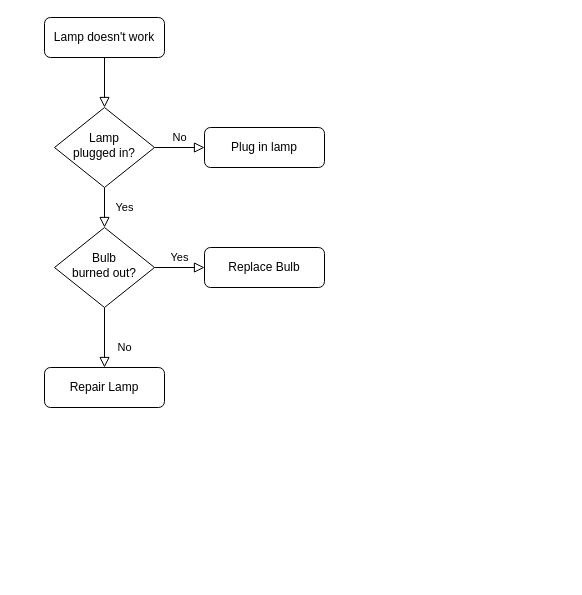
Before: 未命名绘图.drawio in healer001807/Test, a draw.io diagram. Source tidied: cells renumbered, new cells numbered last; positions are measured from the earlier drawing's top-left corner, leaving out a move shared by most shapes. Both pictures are drawn from the tidied source at 100%, with x=0, y=0 at pixel (44, 17).
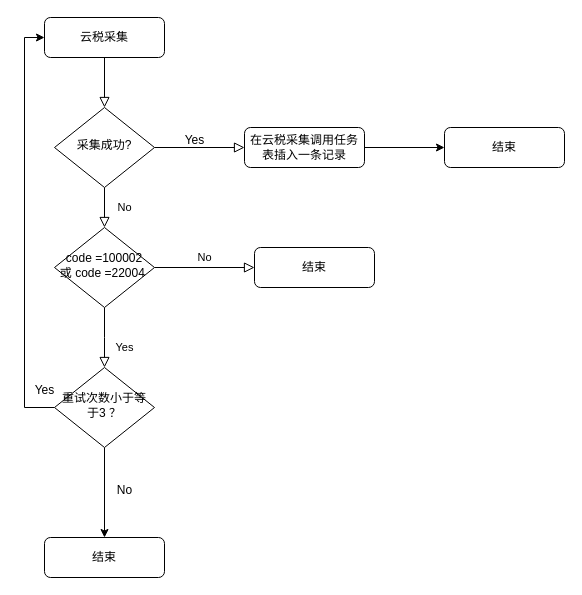
Above is the later version.

What changed in the source:
```diff
@@
-    <mxCell id="3" value="Lamp doesn't work" style="rounded=1;whiteSpace=wrap;html=1;fontSize=12;glass=0;strokeWidth=1;shadow=0;" parent="1" vertex="1">
+    <mxCell id="3" value="云税采集" style="rounded=1;whiteSpace=wrap;html=1;fontSize=12;glass=0;strokeWidth=1;shadow=0;" parent="1" vertex="1">
       <mxGeometry width="120" height="40" as="geometry" />
     </mxCell>
-    <mxCell id="4" value="Yes" style="rounded=0;html=1;jettySize=auto;fontSize=11;endArrow=block;endFill=0;endSize=8;strokeWidth=1;shadow=0;labelBackgroundColor=none;edgeStyle=orthogonalEdgeStyle;" parent="1" edge="1" source="6" target="10">
+    <mxCell id="4" value="No" style="rounded=0;html=1;jettySize=auto;fontSize=11;endArrow=block;endFill=0;endSize=8;strokeWidth=1;shadow=0;labelBackgroundColor=none;edgeStyle=orthogonalEdgeStyle;" parent="1" edge="1" source="6" target="10">
       <mxGeometry y="20" relative="1" as="geometry" />
     </mxCell>
-    <mxCell id="5" value="No" style="edgeStyle=orthogonalEdgeStyle;rounded=0;html=1;jettySize=auto;fontSize=11;endArrow=block;endFill=0;endSize=8;strokeWidth=1;shadow=0;labelBackgroundColor=none;" parent="1" edge="1" source="6" target="7">
+    <mxCell id="5" style="edgeStyle=orthogonalEdgeStyle;rounded=0;html=1;jettySize=auto;fontSize=11;endArrow=block;endFill=0;endSize=8;strokeWidth=1;shadow=0;labelBackgroundColor=none;" parent="1" edge="1" source="6" target="7">
       <mxGeometry y="10" relative="1" as="geometry" />
     </mxCell>
-    <mxCell id="6" value="Lamp&lt;br&gt;plugged in?" style="rhombus;whiteSpace=wrap;html=1;shadow=0;fontFamily=Helvetica;fontSize=12;align=center;strokeWidth=1;spacing=6;spacingTop=-4;" parent="1" vertex="1">
+    <mxCell id="6" value="采集成功?" style="rhombus;whiteSpace=wrap;html=1;shadow=0;fontFamily=Helvetica;fontSize=12;align=center;strokeWidth=1;spacing=6;spacingTop=-4;" parent="1" vertex="1">
       <mxGeometry x="10" y="90" width="100" height="80" as="geometry" />
     </mxCell>
+    <mxCell id="13" style="edgeStyle=orthogonalEdgeStyle;rounded=0;jettySize=auto;html=1;" parent="1" edge="1" source="7" target="21">
+      <mxGeometry relative="1" as="geometry" />
+    </mxCell>
-    <mxCell id="7" value="Plug in lamp" style="rounded=1;whiteSpace=wrap;html=1;fontSize=12;glass=0;strokeWidth=1;shadow=0;" parent="1" vertex="1">
-      <mxGeometry x="160" y="110" width="120" height="40" as="geometry" />
+    <mxCell id="7" value="在云税采集调用任务表插入一条记录" style="rounded=1;whiteSpace=wrap;html=1;fontSize=12;glass=0;strokeWidth=1;shadow=0;" parent="1" vertex="1">
+      <mxGeometry x="200" y="110" width="120" height="40" as="geometry" />
     </mxCell>
-    <mxCell id="8" value="No" style="rounded=0;html=1;jettySize=auto;fontSize=11;endArrow=block;endFill=0;endSize=8;strokeWidth=1;shadow=0;labelBackgroundColor=none;edgeStyle=orthogonalEdgeStyle;" parent="1" edge="1" source="10" target="11">
-      <mxGeometry x="0.33" y="20" relative="1" as="geometry" />
+    <mxCell id="8" value="Yes" style="rounded=0;html=1;jettySize=auto;fontSize=11;endArrow=block;endFill=0;endSize=8;strokeWidth=1;shadow=0;labelBackgroundColor=none;edgeStyle=orthogonalEdgeStyle;" parent="1" edge="1" source="10">
+      <mxGeometry x="0.33" y="20" relative="1" as="geometry">
+        <mxPoint x="60" y="350" as="targetPoint" />
+      </mxGeometry>
     </mxCell>
-    <mxCell id="9" value="Yes" style="edgeStyle=orthogonalEdgeStyle;rounded=0;html=1;jettySize=auto;fontSize=11;endArrow=block;endFill=0;endSize=8;strokeWidth=1;shadow=0;labelBackgroundColor=none;" parent="1" edge="1" source="10" target="12">
+    <mxCell id="9" value="No" style="edgeStyle=orthogonalEdgeStyle;rounded=0;html=1;jettySize=auto;fontSize=11;endArrow=block;endFill=0;endSize=8;strokeWidth=1;shadow=0;labelBackgroundColor=none;" parent="1" edge="1" source="10" target="12">
       <mxGeometry y="10" relative="1" as="geometry" />
     </mxCell>
-    <mxCell id="10" value="Bulb&lt;br&gt;burned out?" style="rhombus;whiteSpace=wrap;html=1;shadow=0;fontFamily=Helvetica;fontSize=12;align=center;strokeWidth=1;spacing=6;spacingTop=-4;" parent="1" vertex="1">
+    <mxCell id="10" value="code =100002 或 code =22004&amp;nbsp;" style="rhombus;whiteSpace=wrap;html=1;shadow=0;fontFamily=Helvetica;fontSize=12;align=center;strokeWidth=1;spacing=6;spacingTop=-4;" parent="1" vertex="1">
       <mxGeometry x="10" y="210" width="100" height="80" as="geometry" />
     </mxCell>
-    <mxCell id="11" value="Repair Lamp" style="rounded=1;whiteSpace=wrap;html=1;fontSize=12;glass=0;strokeWidth=1;shadow=0;" parent="1" vertex="1">
-      <mxGeometry y="350" width="120" height="40" as="geometry" />
-    </mxCell>
-    <mxCell id="12" value="Replace Bulb" style="rounded=1;whiteSpace=wrap;html=1;fontSize=12;glass=0;strokeWidth=1;shadow=0;" parent="1" vertex="1">
-      <mxGeometry x="160" y="230" width="120" height="40" as="geometry" />
+    <mxCell id="12" value="结束" style="rounded=1;whiteSpace=wrap;html=1;fontSize=12;glass=0;strokeWidth=1;shadow=0;" parent="1" vertex="1">
+      <mxGeometry x="210" y="230" width="120" height="40" as="geometry" />
     </mxCell>
+    <mxCell id="14" value="Yes" style="text;html=1;align=center;verticalAlign=middle;strokeColor=none;fillColor=none;" parent="1" vertex="1">
+      <mxGeometry x="130" y="108" width="40" height="30" as="geometry" />
+    </mxCell>
+    <mxCell id="15" value="结束" style="rounded=1;whiteSpace=wrap;html=1;fontSize=12;glass=0;strokeWidth=1;shadow=0;" parent="1" vertex="1">
+      <mxGeometry y="520" width="120" height="40" as="geometry" />
+    </mxCell>
+    <mxCell id="16" style="edgeStyle=orthogonalEdgeStyle;rounded=0;jettySize=auto;html=1;entryX=0;entryY=0.5;entryDx=0;entryDy=0;" parent="1" edge="1" source="18" target="3">
+      <mxGeometry relative="1" as="geometry">
+        <Array as="points">
+          <mxPoint x="-20" y="390" />
+          <mxPoint x="-20" y="20" />
+        </Array>
+      </mxGeometry>
+    </mxCell>
+    <mxCell id="17" style="edgeStyle=orthogonalEdgeStyle;rounded=0;jettySize=auto;html=1;entryX=0.5;entryY=0;entryDx=0;entryDy=0;" parent="1" edge="1" source="18" target="15">
+      <mxGeometry relative="1" as="geometry" />
+    </mxCell>
+    <mxCell id="18" value="重试次数小于等于3 ？" style="rhombus;whiteSpace=wrap;html=1;shadow=0;fontFamily=Helvetica;fontSize=12;align=center;strokeWidth=1;spacing=6;spacingTop=-4;" parent="1" vertex="1">
+      <mxGeometry x="10" y="350" width="100" height="80" as="geometry" />
+    </mxCell>
+    <mxCell id="19" value="Yes" style="text;html=1;align=center;verticalAlign=middle;strokeColor=none;fillColor=none;" parent="1" vertex="1">
+      <mxGeometry x="-20" y="358" width="40" height="30" as="geometry" />
+    </mxCell>
+    <mxCell id="20" value="No" style="text;html=1;align=center;verticalAlign=middle;strokeColor=none;fillColor=none;" parent="1" vertex="1">
+      <mxGeometry x="60" y="458" width="40" height="30" as="geometry" />
+    </mxCell>
+    <mxCell id="21" value="结束" style="rounded=1;whiteSpace=wrap;html=1;fontSize=12;glass=0;strokeWidth=1;shadow=0;" parent="1" vertex="1">
+      <mxGeometry x="400" y="110" width="120" height="40" as="geometry" />
+    </mxCell>
```
